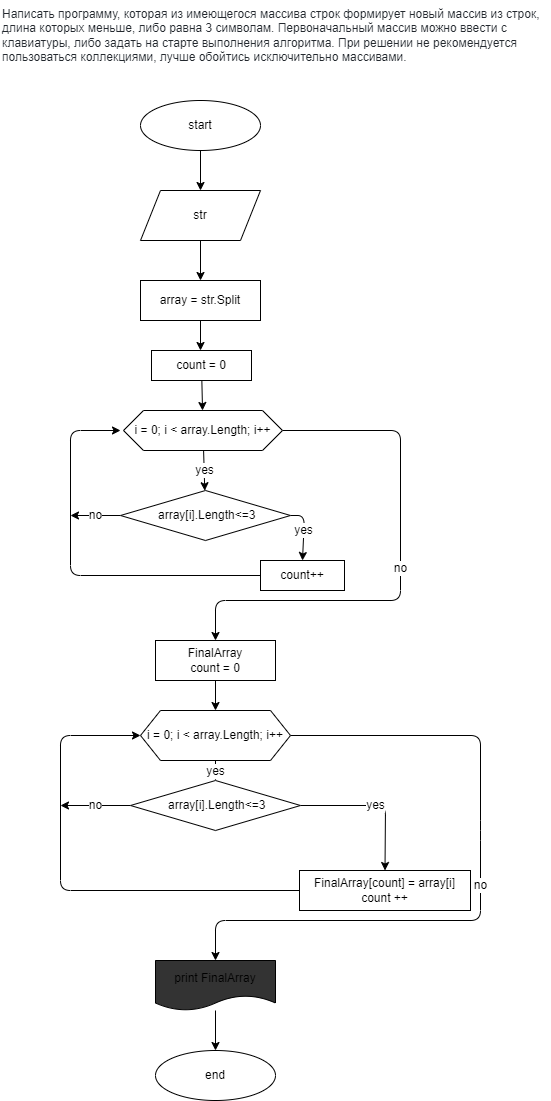
Before: diagram.drawio.png, a diagram exported from draw.io (nvk13sam/Project1). Source tidied: cells renumbered, new cells last; positions are measured from the earlier drawing's top-left corner, leaving out a move shared by most shapes.
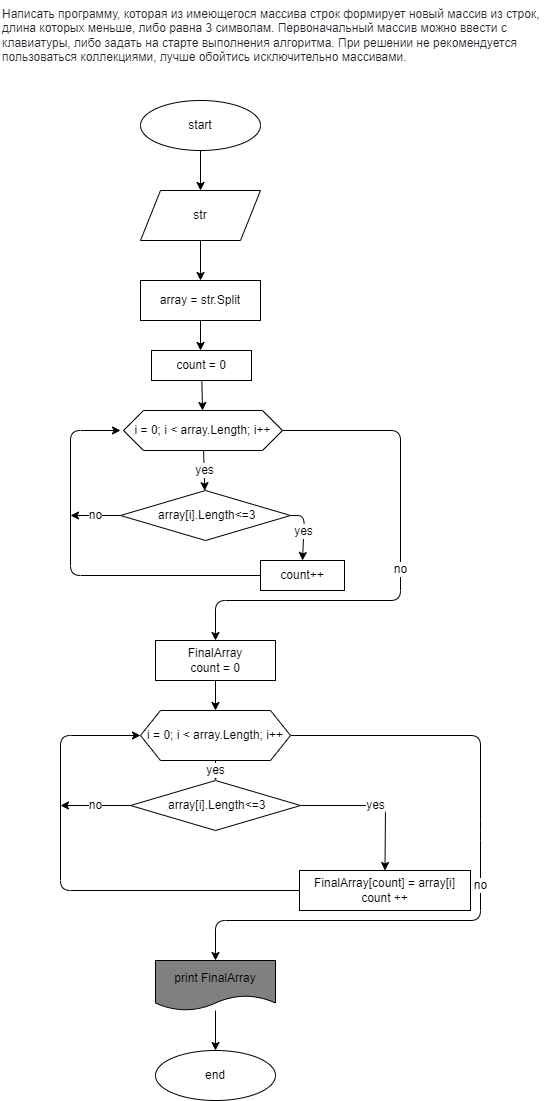
After the change.

Commit message:
add diagram correct

Change to the diagram source:
```diff
@@ -130,7 +130,7 @@
     <mxCell id="29" style="edgeStyle=none;html=1;fontSize=12;" parent="1" edge="1" source="30" target="31">
       <mxGeometry relative="1" as="geometry" />
     </mxCell>
-    <mxCell id="30" value="print FinalArray" style="shape=document;whiteSpace=wrap;html=1;boundedLbl=1;fontSize=12;fillColor=#333333;" parent="1" vertex="1">
+    <mxCell id="30" value="print FinalArray" style="shape=document;whiteSpace=wrap;html=1;boundedLbl=1;fontSize=12;fillColor=#808080;" parent="1" vertex="1">
       <mxGeometry x="155" y="960" width="120" height="50" as="geometry" />
     </mxCell>
     <mxCell id="31" value="end" style="ellipse;whiteSpace=wrap;html=1;" parent="1" vertex="1">
```
